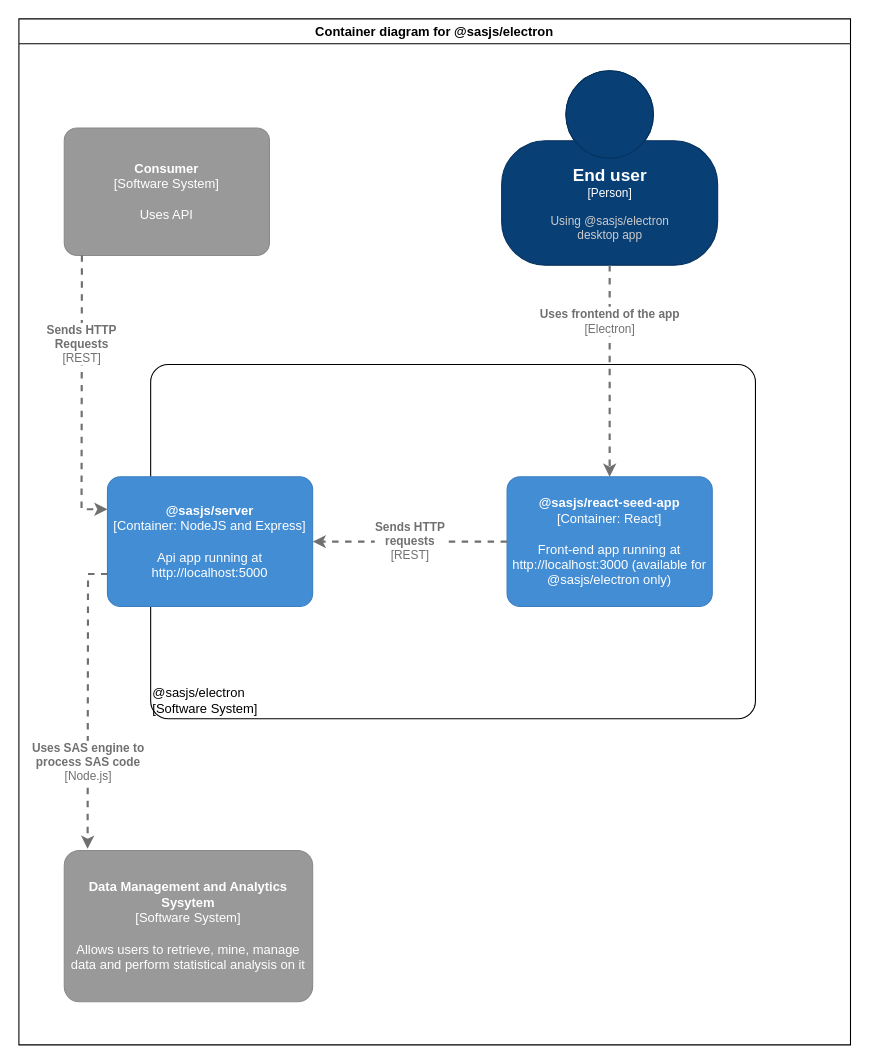
Earlier version of the draw.io diagram page "Container" (3 of 4) of c4model.drawio (sasjs/electron). Source tidied: cells renumbered, new cells numbered last; positions are measured from the earlier drawing's top-left corner, leaving out a move shared by most shapes. Both pictures are drawn from the tidied source at 108%, with x=0, y=0 at pixel (18, 18).
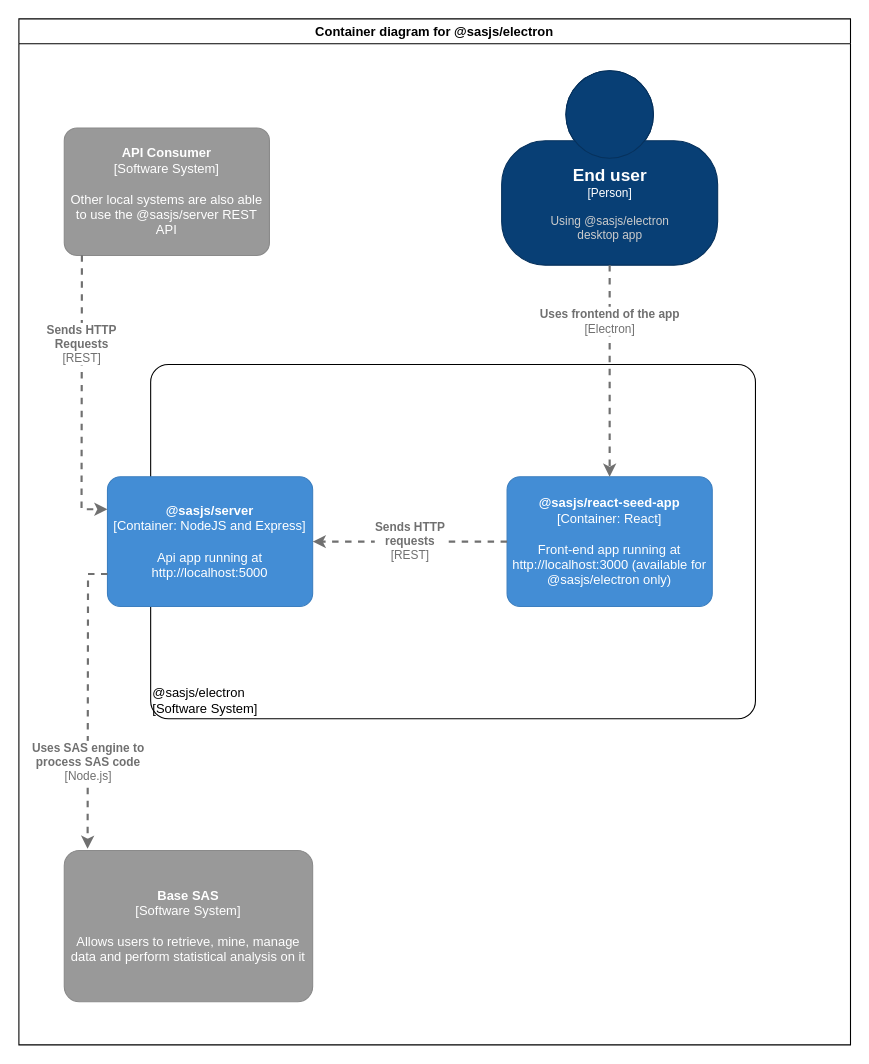
After the change.

The change refers to these unchanged cells:
```xml
<mxCell id="2" value="Container diagram for @sasjs/electron" style="swimlane;" parent="1" vertex="1">
  <mxGeometry width="770" height="950" as="geometry" />
</mxCell>
```

Change to the diagram source:
```diff
@@
-    <object id="4" label="&lt;b&gt;%c4Name%&lt;/b&gt;&lt;div&gt;[%c4Type%]&lt;/div&gt;&lt;br&gt;&lt;div&gt;%c4Description%&lt;/div&gt;" c4Description="Uses API" c4Name="Consumer" c4Type="Software System" placeholders="1">
+    <object id="4" label="&lt;b&gt;%c4Name%&lt;/b&gt;&lt;div&gt;[%c4Type%]&lt;/div&gt;&lt;br&gt;&lt;div&gt;%c4Description%&lt;/div&gt;" c4Description="Other local systems are also able to use the @sasjs/server REST API" c4Name="API Consumer" c4Type="Software System" placeholders="1">
       <mxCell style="rounded=1;whiteSpace=wrap;html=1;labelBackgroundColor=none;fillColor=#999999;fontColor=#ffffff;align=center;arcSize=10;strokeColor=#8A8A8A;metaData={&quot;c4Type&quot;:{&quot;editable&quot;:false}};points=[[0.25,0,0],[0.5,0,0],[0.75,0,0],[1,0.25,0],[1,0.5,0],[1,0.75,0],[0.75,1,0],[0.5,1,0],[0.25,1,0],[0,0.75,0],[0,0.5,0],[0,0.25,0]];" parent="2" vertex="1">
         <mxGeometry x="42" y="101" width="190" height="118" as="geometry" />
       </mxCell>
     </object>
@@
-    <object id="11" label="&lt;b&gt;%c4Name%&lt;/b&gt;&lt;div&gt;[%c4Type%]&lt;/div&gt;&lt;br&gt;&lt;div&gt;%c4Description%&lt;/div&gt;" c4Description="Allows users to retrieve, mine, manage data and perform statistical analysis on it" c4Name="Data Management and Analytics Sysytem" c4Type="Software System" placeholders="1">
+    <object id="11" label="&lt;b&gt;%c4Name%&lt;/b&gt;&lt;div&gt;[%c4Type%]&lt;/div&gt;&lt;br&gt;&lt;div&gt;%c4Description%&lt;/div&gt;" c4Description="Allows users to retrieve, mine, manage data and perform statistical analysis on it" c4Name="Base SAS" c4Type="Software System" placeholders="1">
       <mxCell style="rounded=1;whiteSpace=wrap;html=1;labelBackgroundColor=none;fillColor=#999999;fontColor=#ffffff;align=center;arcSize=10;strokeColor=#8A8A8A;metaData={&quot;c4Type&quot;:{&quot;editable&quot;:false}};points=[[0.25,0,0],[0.5,0,0],[0.75,0,0],[1,0.25,0],[1,0.5,0],[1,0.75,0],[0.75,1,0],[0.5,1,0],[0.25,1,0],[0,0.75,0],[0,0.5,0],[0,0.25,0]];" parent="2" vertex="1">
         <mxGeometry x="42" y="770" width="230" height="140" as="geometry" />
       </mxCell>
     </object>
```
